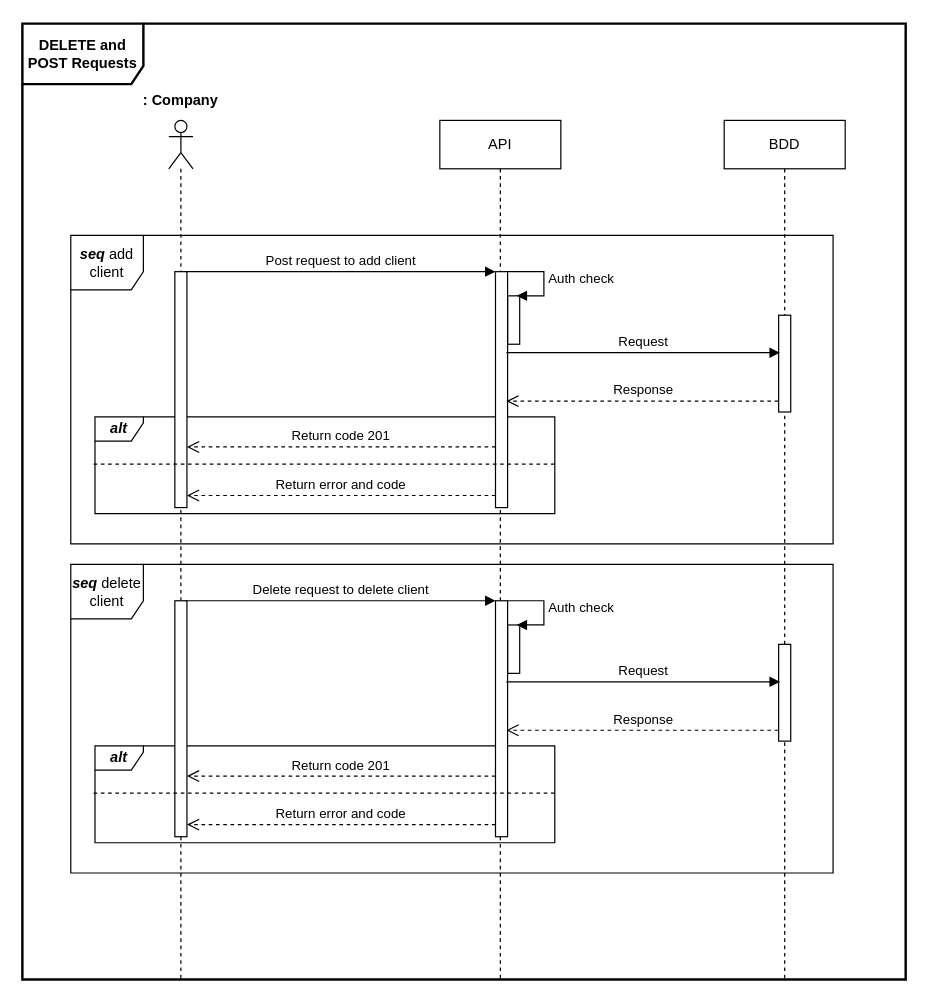
This is page "5-Sequence diagram - See a trick" (4 of 5) of BileMo/uml/diagrammes.drawio from klaxurit/JuncaHugo_7_16122022, a draw.io file, before an edit. Source tidied: cells renumbered, new cells numbered last; positions are measured from the earlier drawing's top-left corner, leaving out a move shared by most shapes. Both pictures are drawn from the tidied source at 121%, with x=0, y=0 at pixel (22, 23).
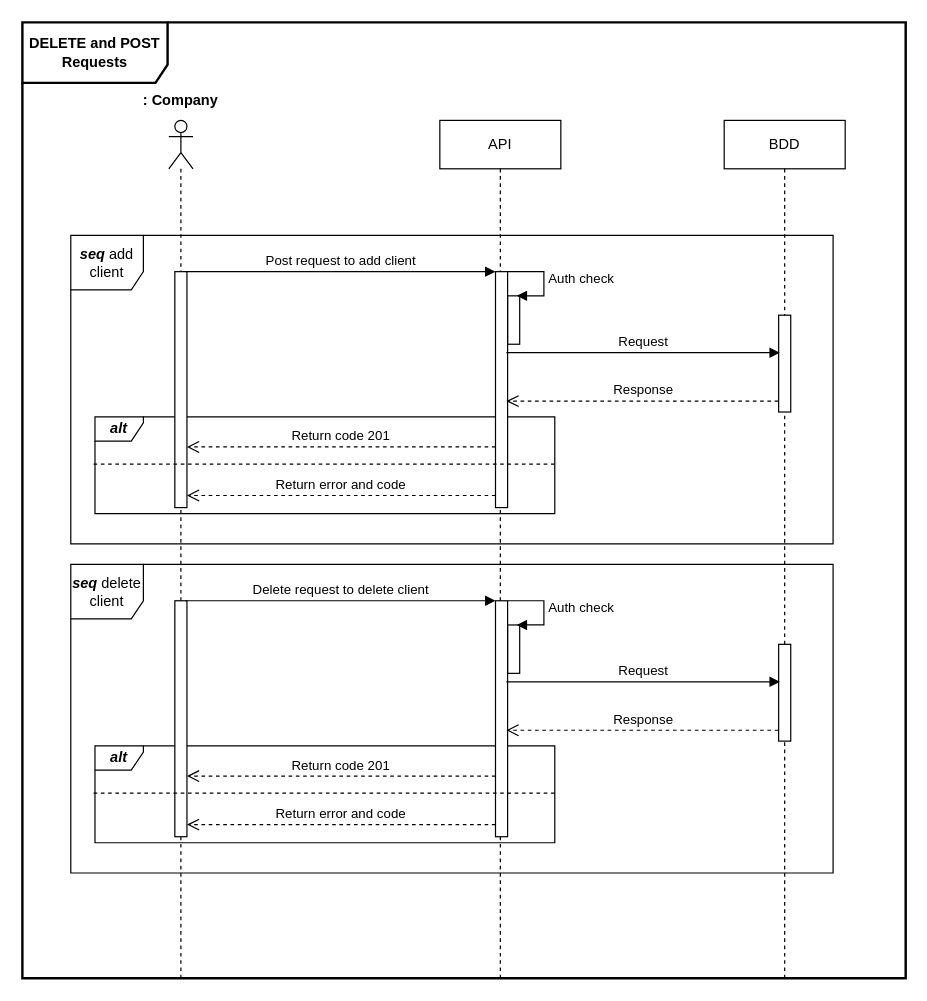
Above is the later version.

What changed in the source:
```diff
@@
-    <mxCell id="2" value="&lt;b&gt;DELETE and POST Requests&lt;br&gt;&lt;/b&gt;" style="shape=umlFrame;whiteSpace=wrap;html=1;strokeWidth=2;width=100;height=50;" parent="1" vertex="1">
-      <mxGeometry width="730" height="790" as="geometry" />
+    <mxCell id="2" value="&lt;b&gt;DELETE and POST Requests&lt;br&gt;&lt;/b&gt;" style="shape=umlFrame;whiteSpace=wrap;html=1;strokeWidth=2;width=120;height=50;" parent="1" vertex="1">
+      <mxGeometry y="-1" width="730" height="790" as="geometry" />
     </mxCell>
```
